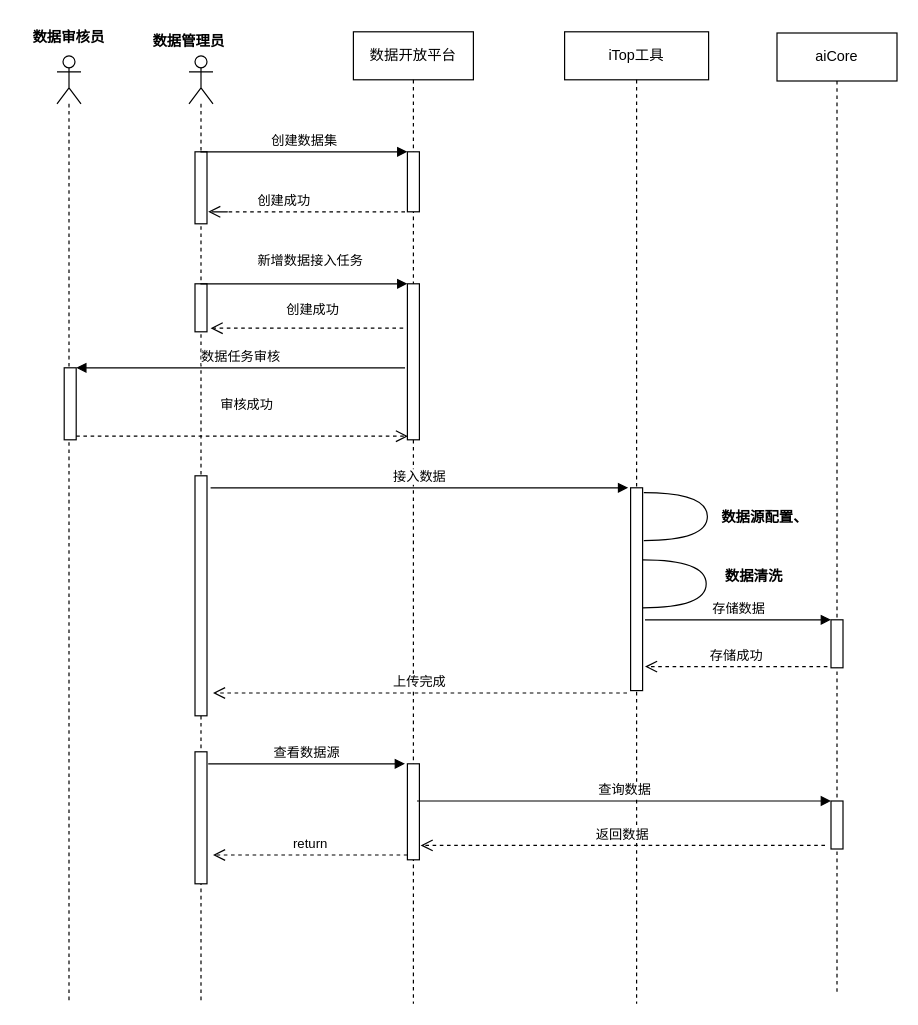
The draw.io diagram it-seq-in.drawio in luyuandeng/drawio, before the edit. Source tidied: cells renumbered, new cells numbered last; positions are measured from the earlier drawing's top-left corner, leaving out a move shared by most shapes. Both pictures are drawn from the tidied source at 120%, with x=0, y=0 at pixel (20, 20).
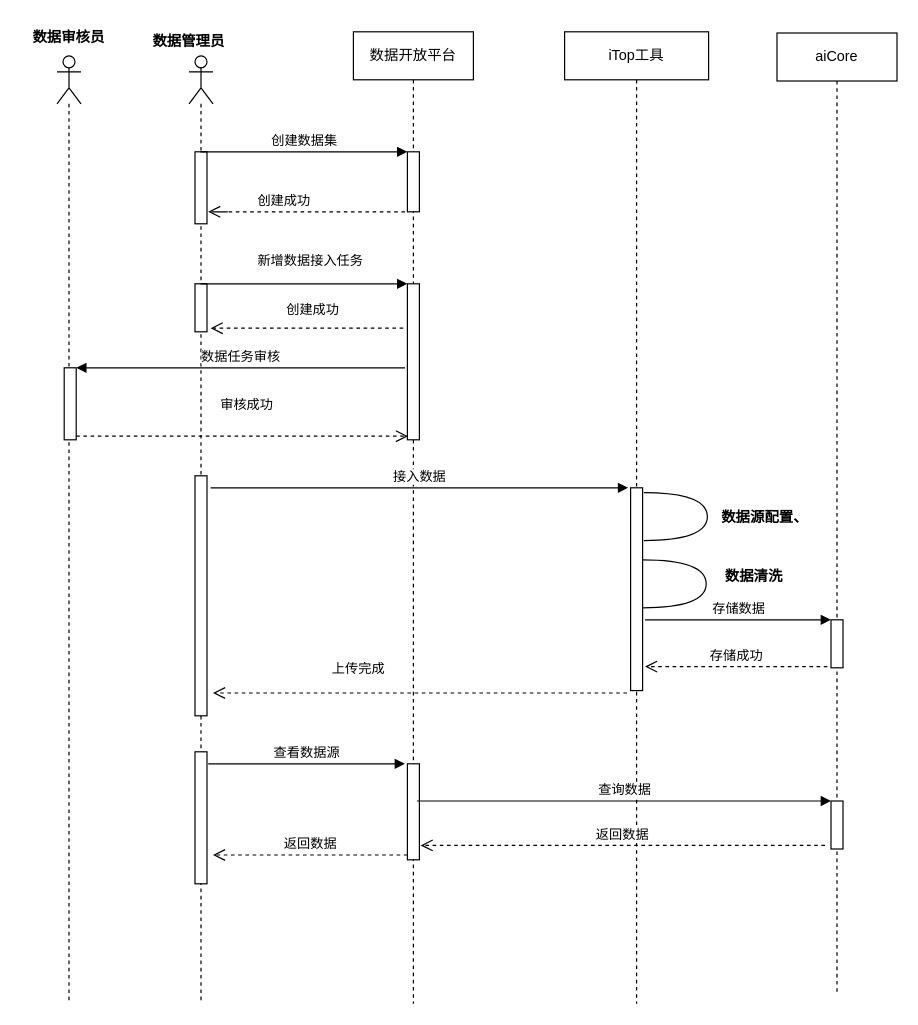
After the change.

Unchanged cells that the change refers to:
```xml
<mxCell id="5" style="html=1;points=[];perimeter=orthogonalPerimeter;" parent="2" vertex="1">
  <mxGeometry x="45" y="610" width="10" height="80" as="geometry" />
</mxCell>
```

What changed in the source:
```diff
@@
     <mxCell id="28" value="上传完成" style="html=1;verticalAlign=bottom;endArrow=open;dashed=1;endSize=8;" parent="1" edge="1">
-      <mxGeometry relative="1" as="geometry">
+      <mxGeometry x="0.3" y="-11" relative="1" as="geometry">
         <mxPoint x="505" y="560" as="sourcePoint" />
         <mxPoint x="160" y="560" as="targetPoint" />
         <Array as="points">
           <mxPoint x="193" y="560" />
         </Array>
       </mxGeometry>
     </mxCell>
@@
-    <mxCell id="35" value="return" style="html=1;verticalAlign=bottom;endArrow=open;dashed=1;endSize=8;exitX=0;exitY=0.95;" parent="1" edge="1" source="5">
+    <mxCell id="35" value="返回数据" style="html=1;verticalAlign=bottom;endArrow=open;dashed=1;endSize=8;exitX=0;exitY=0.95;" parent="1" edge="1" source="5">
       <mxGeometry relative="1" as="geometry">
         <mxPoint x="160" y="695" as="targetPoint" />
       </mxGeometry>
     </mxCell>
```
